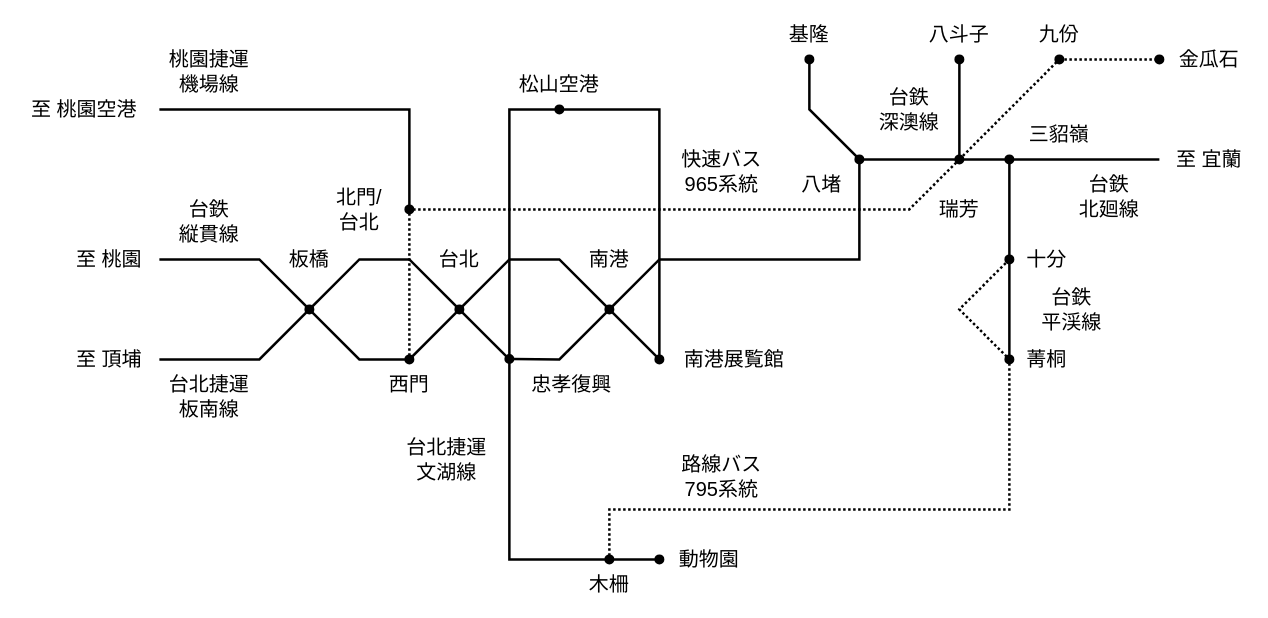
Above: page "菁桐-木柵" (3 of 6) of routes.drawio in nnm-t/techniques-to-escape-from-dead-end-lines (draw.io), before the change. Source tidied: cells renumbered, new cells numbered last; positions are measured from the earlier drawing's top-left corner, leaving out a move shared by most shapes. Both pictures are drawn from the tidied source at 125%, with x=0, y=0 at pixel (21, 21).
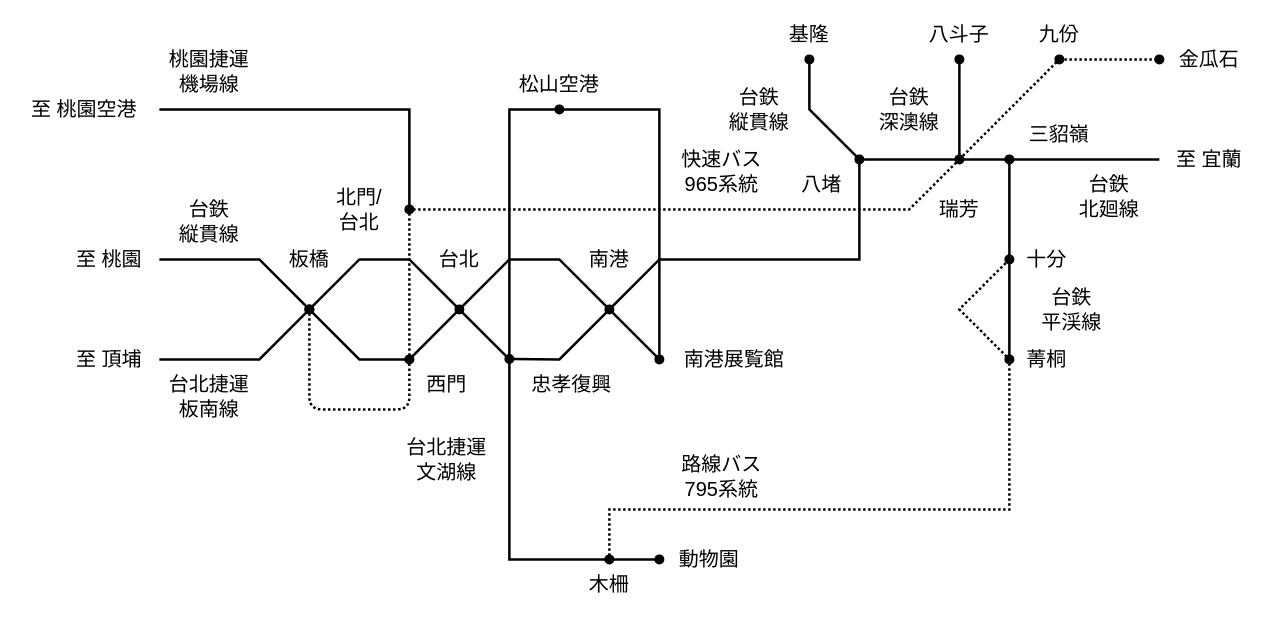
After the change.

Change to the diagram source:
```diff
@@
     <mxCell id="18" value="西門" style="text;html=1;strokeColor=none;fillColor=none;align=center;verticalAlign=middle;whiteSpace=wrap;rounded=0;fontSize=16;" parent="1" vertex="1">
-      <mxGeometry x="290" y="280" width="40" height="20" as="geometry" />
+      <mxGeometry x="320" y="280" width="40" height="20" as="geometry" />
     </mxCell>
@@
+    <mxCell id="50" value="台鉄&lt;br&gt;縦貫線" style="text;html=1;strokeColor=none;fillColor=none;align=center;verticalAlign=middle;whiteSpace=wrap;rounded=0;fontSize=16;" parent="1" vertex="1">
+      <mxGeometry x="560" y="50" width="60" height="40" as="geometry" />
+    </mxCell>
+    <mxCell id="51" style="endArrow=none;html=1;startArrow=oval;startFill=1;dashed=1;dashPattern=1 1;strokeWidth=2;" parent="1" edge="1">
+      <mxGeometry relative="1" as="geometry">
+        <mxPoint x="230" y="230" as="sourcePoint" />
+        <mxPoint x="310" y="270" as="targetPoint" />
+        <Array as="points">
+          <mxPoint x="230" y="310" />
+          <mxPoint x="310" y="310" />
+        </Array>
+      </mxGeometry>
+    </mxCell>
```
